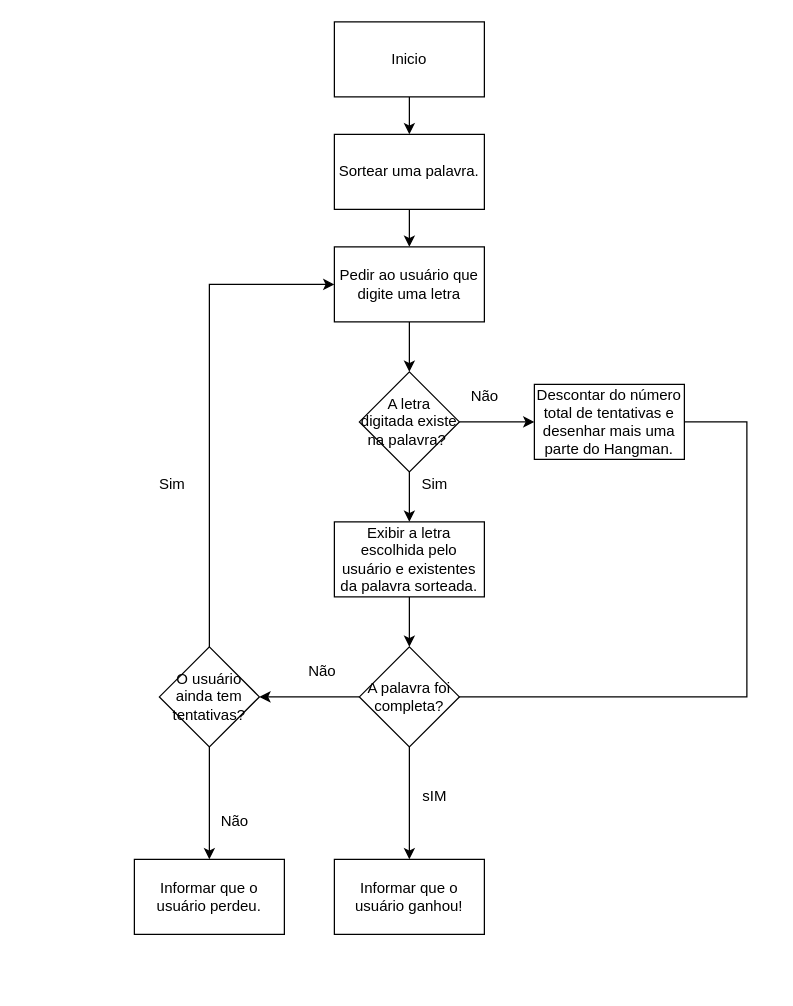
Above: Day_7/Hangman.drawio in DavidCardoso1984/100_Days_of_Code_Python (draw.io), before the change. Source tidied: cells renumbered, new cells numbered last; positions are measured from the earlier drawing's top-left corner, leaving out a move shared by most shapes. Both pictures are drawn from the tidied source at 125%, with x=0, y=0 at pixel (134, 21).
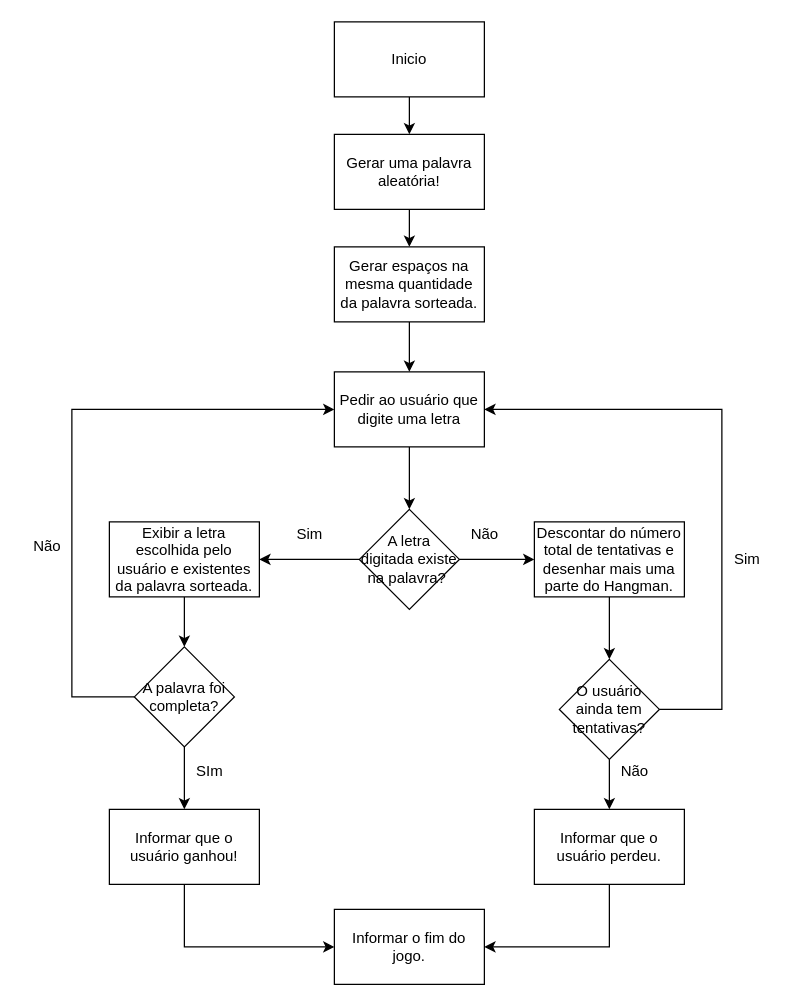
Above is the later version.

Change to the diagram source:
```diff
@@
-    <mxCell id="4" style="edgeStyle=orthogonalEdgeStyle;rounded=0;jettySize=auto;html=1;" parent="1" edge="1" source="5" target="7">
-      <mxGeometry relative="1" as="geometry" />
-    </mxCell>
+    <mxCell id="29" style="edgeStyle=orthogonalEdgeStyle;rounded=0;jettySize=auto;html=1;" parent="1" edge="1" source="5" target="35">
+      <mxGeometry relative="1" as="geometry" />
+    </mxCell>
-    <mxCell id="5" value="Sortear uma palavra." style="rounded=0;whiteSpace=wrap;html=1;" parent="1" vertex="1">
+    <mxCell id="5" value="Gerar uma palavra aleatória!" style="rounded=0;whiteSpace=wrap;html=1;" parent="1" vertex="1">
       <mxGeometry x="160" y="90" width="120" height="60" as="geometry" />
     </mxCell>
@@
     <mxCell id="7" value="Pedir ao usuário que digite uma letra" style="rounded=0;whiteSpace=wrap;html=1;" parent="1" vertex="1">
-      <mxGeometry x="160" y="180" width="120" height="60" as="geometry" />
+      <mxGeometry x="160" y="280" width="120" height="60" as="geometry" />
     </mxCell>
@@
     <mxCell id="10" value="A letra digitada existe na palavra?&amp;nbsp;" style="rhombus;whiteSpace=wrap;html=1;rounded=0;" parent="1" vertex="1">
-      <mxGeometry x="180" y="280" width="80" height="80" as="geometry" />
+      <mxGeometry x="180" y="390" width="80" height="80" as="geometry" />
     </mxCell>
-    <mxCell id="11" style="edgeStyle=orthogonalEdgeStyle;rounded=0;jettySize=auto;html=1;" parent="1" edge="1" source="12" target="19">
+    <mxCell id="11" style="edgeStyle=orthogonalEdgeStyle;rounded=0;jettySize=auto;html=1;exitX=0.5;exitY=1;exitDx=0;exitDy=0;" parent="1" edge="1" source="12" target="19">
       <mxGeometry relative="1" as="geometry" />
     </mxCell>
     <mxCell id="12" value="Exibir a letra escolhida pelo usuário e existentes da palavra sorteada." style="whiteSpace=wrap;html=1;rounded=0;" parent="1" vertex="1">
-      <mxGeometry x="160" y="400" width="120" height="60" as="geometry" />
+      <mxGeometry x="-20" y="400" width="120" height="60" as="geometry" />
     </mxCell>
     <mxCell id="13" value="Sim" style="text;html=1;align=center;verticalAlign=middle;strokeColor=none;fillColor=none;" parent="1" vertex="1">
-      <mxGeometry x="220" y="360" width="40" height="20" as="geometry" />
+      <mxGeometry x="120" y="400" width="40" height="20" as="geometry" />
     </mxCell>
-    <mxCell id="14" style="edgeStyle=orthogonalEdgeStyle;rounded=0;jettySize=auto;html=1;entryX=1;entryY=0.5;entryDx=0;entryDy=0;" parent="1" edge="1" source="15" target="19">
-      <mxGeometry relative="1" as="geometry">
-        <Array as="points">
-          <mxPoint x="490" y="320" />
-          <mxPoint x="490" y="540" />
-          <mxPoint x="250" y="540" />
-        </Array>
-      </mxGeometry>
-    </mxCell>
+    <mxCell id="30" style="edgeStyle=orthogonalEdgeStyle;rounded=0;jettySize=auto;html=1;exitX=0.5;exitY=1;exitDx=0;exitDy=0;" parent="1" edge="1" source="15" target="23">
+      <mxGeometry relative="1" as="geometry" />
+    </mxCell>
     <mxCell id="15" value="Descontar do número total de tentativas e desenhar mais uma parte do Hangman." style="whiteSpace=wrap;html=1;rounded=0;" parent="1" vertex="1">
-      <mxGeometry x="320" y="290" width="120" height="60" as="geometry" />
+      <mxGeometry x="320" y="400" width="120" height="60" as="geometry" />
     </mxCell>
     <mxCell id="16" value="Não" style="text;html=1;align=center;verticalAlign=middle;strokeColor=none;fillColor=none;" parent="1" vertex="1">
-      <mxGeometry x="260" y="290" width="40" height="20" as="geometry" />
+      <mxGeometry x="260" y="400" width="40" height="20" as="geometry" />
     </mxCell>
@@
-    <mxCell id="18" style="edgeStyle=orthogonalEdgeStyle;rounded=0;jettySize=auto;html=1;" parent="1" edge="1" source="19" target="23">
-      <mxGeometry relative="1" as="geometry" />
-    </mxCell>
+    <mxCell id="31" style="edgeStyle=orthogonalEdgeStyle;rounded=0;jettySize=auto;html=1;exitX=0;exitY=0.5;exitDx=0;exitDy=0;entryX=0;entryY=0.5;entryDx=0;entryDy=0;" parent="1" edge="1" source="19" target="7">
+      <mxGeometry relative="1" as="geometry">
+        <Array as="points">
+          <mxPoint x="-50" y="540" />
+          <mxPoint x="-50" y="310" />
+        </Array>
+      </mxGeometry>
+    </mxCell>
     <mxCell id="19" value="A palavra foi completa?" style="rhombus;whiteSpace=wrap;html=1;rounded=0;" parent="1" vertex="1">
-      <mxGeometry x="180" y="500" width="80" height="80" as="geometry" />
+      <mxGeometry y="500" width="80" height="80" as="geometry" />
     </mxCell>
+    <mxCell id="32" style="edgeStyle=orthogonalEdgeStyle;rounded=0;jettySize=auto;html=1;" parent="1" edge="1" source="20" target="36">
+      <mxGeometry relative="1" as="geometry">
+        <Array as="points">
+          <mxPoint x="40" y="740" />
+        </Array>
+      </mxGeometry>
+    </mxCell>
     <mxCell id="20" value="Informar que o usuário ganhou!" style="whiteSpace=wrap;html=1;rounded=0;" parent="1" vertex="1">
-      <mxGeometry x="160" y="670" width="120" height="60" as="geometry" />
+      <mxGeometry x="-20" y="630" width="120" height="60" as="geometry" />
     </mxCell>
+    <mxCell id="22" style="edgeStyle=orthogonalEdgeStyle;rounded=0;jettySize=auto;html=1;" parent="1" edge="1" source="23" target="25">
+      <mxGeometry relative="1" as="geometry" />
+    </mxCell>
-    <mxCell id="21" style="edgeStyle=orthogonalEdgeStyle;rounded=0;jettySize=auto;html=1;exitX=0.5;exitY=0;exitDx=0;exitDy=0;entryX=0;entryY=0.5;entryDx=0;entryDy=0;" parent="1" edge="1" source="23" target="7">
-      <mxGeometry relative="1" as="geometry" />
+    <mxCell id="21" style="edgeStyle=orthogonalEdgeStyle;rounded=0;jettySize=auto;html=1;exitX=1;exitY=0.5;exitDx=0;exitDy=0;entryX=1;entryY=0.5;entryDx=0;entryDy=0;" parent="1" edge="1" source="23" target="7">
+      <mxGeometry relative="1" as="geometry">
+        <Array as="points">
+          <mxPoint x="470" y="550" />
+          <mxPoint x="470" y="310" />
+        </Array>
+      </mxGeometry>
     </mxCell>
-    <mxCell id="22" style="edgeStyle=orthogonalEdgeStyle;rounded=0;jettySize=auto;html=1;" parent="1" edge="1" source="23" target="25">
-      <mxGeometry relative="1" as="geometry" />
-    </mxCell>
     <mxCell id="23" value="O usuário ainda tem tentativas?" style="rhombus;whiteSpace=wrap;html=1;rounded=0;" parent="1" vertex="1">
-      <mxGeometry x="20" y="500" width="80" height="80" as="geometry" />
+      <mxGeometry x="340" y="510" width="80" height="80" as="geometry" />
     </mxCell>
-    <mxCell id="24" value="Sim" style="text;html=1;align=center;verticalAlign=middle;strokeColor=none;fillColor=none;" parent="1" vertex="1">
-      <mxGeometry x="10" y="360" width="40" height="20" as="geometry" />
-    </mxCell>
+    <mxCell id="33" style="edgeStyle=orthogonalEdgeStyle;rounded=0;jettySize=auto;html=1;exitX=0.5;exitY=1;exitDx=0;exitDy=0;entryX=1;entryY=0.5;entryDx=0;entryDy=0;" parent="1" edge="1" source="25" target="36">
+      <mxGeometry relative="1" as="geometry" />
+    </mxCell>
     <mxCell id="25" value="Informar que o usuário perdeu." style="whiteSpace=wrap;html=1;rounded=0;" parent="1" vertex="1">
-      <mxGeometry y="670" width="120" height="60" as="geometry" />
+      <mxGeometry x="320" y="630" width="120" height="60" as="geometry" />
     </mxCell>
     <mxCell id="26" value="Não" style="text;html=1;align=center;verticalAlign=middle;strokeColor=none;fillColor=none;" parent="1" vertex="1">
-      <mxGeometry x="60" y="630" width="40" height="20" as="geometry" />
+      <mxGeometry x="380" y="590" width="40" height="20" as="geometry" />
     </mxCell>
-    <mxCell id="27" value="sIM" style="text;html=1;align=center;verticalAlign=middle;strokeColor=none;fillColor=none;" parent="1" vertex="1">
-      <mxGeometry x="225" y="610" width="30" height="20" as="geometry" />
+    <mxCell id="27" value="SIm" style="text;html=1;align=center;verticalAlign=middle;strokeColor=none;fillColor=none;" parent="1" vertex="1">
+      <mxGeometry x="40" y="590" width="40" height="20" as="geometry" />
     </mxCell>
+    <mxCell id="34" style="edgeStyle=orthogonalEdgeStyle;rounded=0;jettySize=auto;html=1;exitX=0.5;exitY=1;exitDx=0;exitDy=0;entryX=0.5;entryY=0;entryDx=0;entryDy=0;" parent="1" edge="1" source="35" target="7">
+      <mxGeometry relative="1" as="geometry" />
+    </mxCell>
+    <mxCell id="35" value="Gerar espaços na mesma quantidade da palavra sorteada." style="whiteSpace=wrap;html=1;rounded=0;" parent="1" vertex="1">
+      <mxGeometry x="160" y="180" width="120" height="60" as="geometry" />
+    </mxCell>
+    <mxCell id="36" value="Informar o fim do jogo." style="whiteSpace=wrap;html=1;rounded=0;" parent="1" vertex="1">
+      <mxGeometry x="160" y="710" width="120" height="60" as="geometry" />
+    </mxCell>
     <mxCell id="28" value="Não" style="text;html=1;align=center;verticalAlign=middle;strokeColor=none;fillColor=none;" parent="1" vertex="1">
-      <mxGeometry x="130" y="510" width="40" height="20" as="geometry" />
+      <mxGeometry x="-90" y="410" width="40" height="20" as="geometry" />
     </mxCell>
+    <mxCell id="24" value="Sim" style="text;html=1;align=center;verticalAlign=middle;strokeColor=none;fillColor=none;" parent="1" vertex="1">
+      <mxGeometry x="470" y="420" width="40" height="20" as="geometry" />
+    </mxCell>
```
